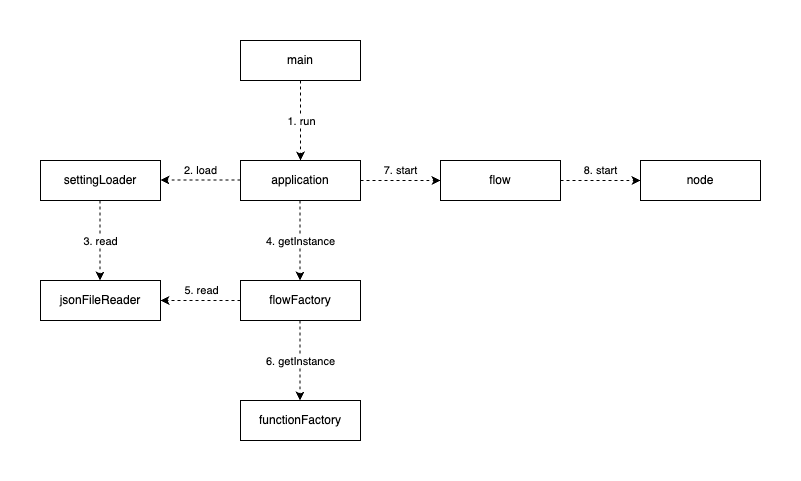
The draw.io diagram img/diagram.png in jeongyongs/iot-gateway, before a commit. Source tidied: cells renumbered, new cells last; positions are measured from the earlier drawing's top-left corner, leaving out a move shared by most shapes.
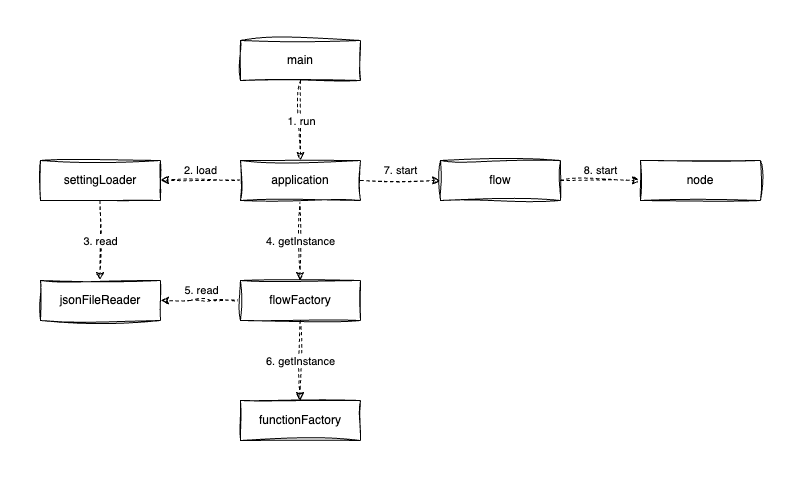
After the commit.

Commit message:
chore: 이미지 변경

Diff of the diagram source:
```diff
@@ -2,97 +2,97 @@
   <root>
     <mxCell id="0" />
     <mxCell id="1" parent="0" />
-    <mxCell id="2" style="edgeStyle=none;html=1;exitX=0.5;exitY=1;exitDx=0;exitDy=0;entryX=0.5;entryY=0;entryDx=0;entryDy=0;dashed=1;" parent="1" edge="1" source="4" target="9">
+    <mxCell id="2" style="edgeStyle=none;html=1;exitX=0.5;exitY=1;exitDx=0;exitDy=0;entryX=0.5;entryY=0;entryDx=0;entryDy=0;dashed=1;sketch=1;curveFitting=1;jiggle=2;" parent="1" edge="1" source="4" target="9">
       <mxGeometry relative="1" as="geometry" />
     </mxCell>
-    <mxCell id="3" value="1. run" style="edgeLabel;html=1;align=center;verticalAlign=middle;" parent="2" vertex="1">
+    <mxCell id="3" value="1. run" style="edgeLabel;html=1;align=center;verticalAlign=middle;sketch=1;curveFitting=1;jiggle=2;" parent="2" vertex="1">
       <mxGeometry y="-1" relative="1" as="geometry">
         <mxPoint x="1" as="offset" />
       </mxGeometry>
     </mxCell>
-    <mxCell id="4" value="main" style="rounded=0;whiteSpace=wrap;html=1;" parent="1" vertex="1">
+    <mxCell id="4" value="main" style="rounded=0;whiteSpace=wrap;html=1;sketch=1;curveFitting=1;jiggle=2;" parent="1" vertex="1">
       <mxGeometry x="240" y="40" width="120" height="40" as="geometry" />
     </mxCell>
-    <mxCell id="5" value="2. load" style="edgeStyle=none;html=1;exitX=0;exitY=0.25;exitDx=0;exitDy=0;entryX=1;entryY=0.25;entryDx=0;entryDy=0;dashed=1;" parent="1" edge="1">
+    <mxCell id="5" value="2. load" style="edgeStyle=none;html=1;exitX=0;exitY=0.25;exitDx=0;exitDy=0;entryX=1;entryY=0.25;entryDx=0;entryDy=0;dashed=1;sketch=1;curveFitting=1;jiggle=2;" parent="1" edge="1">
       <mxGeometry y="-10" relative="1" as="geometry">
         <mxPoint x="240" y="179.5" as="sourcePoint" />
         <mxPoint x="160" y="179.5" as="targetPoint" />
       </mxGeometry>
     </mxCell>
-    <mxCell id="6" style="edgeStyle=none;html=1;entryX=0.25;entryY=0;entryDx=0;entryDy=0;exitX=0.25;exitY=1;exitDx=0;exitDy=0;dashed=1;" parent="1" edge="1">
+    <mxCell id="6" style="edgeStyle=none;html=1;entryX=0.25;entryY=0;entryDx=0;entryDy=0;exitX=0.25;exitY=1;exitDx=0;exitDy=0;dashed=1;sketch=1;curveFitting=1;jiggle=2;" parent="1" edge="1">
       <mxGeometry relative="1" as="geometry">
         <mxPoint x="299.5" y="200" as="sourcePoint" />
         <mxPoint x="299.5" y="280" as="targetPoint" />
       </mxGeometry>
     </mxCell>
-    <mxCell id="7" value="4. getInstance" style="edgeLabel;html=1;align=center;verticalAlign=middle;" parent="6" vertex="1">
+    <mxCell id="7" value="4. getInstance" style="edgeLabel;html=1;align=center;verticalAlign=middle;sketch=1;curveFitting=1;jiggle=2;" parent="6" vertex="1">
       <mxGeometry x="-0.2" y="2" relative="1" as="geometry">
         <mxPoint x="-2" y="8" as="offset" />
       </mxGeometry>
     </mxCell>
-    <mxCell id="8" value="7. start" style="edgeStyle=none;html=1;entryX=0;entryY=0.5;entryDx=0;entryDy=0;exitX=1;exitY=0.5;exitDx=0;exitDy=0;dashed=1;" parent="1" edge="1" source="9" target="17">
+    <mxCell id="8" value="7. start" style="edgeStyle=none;html=1;entryX=0;entryY=0.5;entryDx=0;entryDy=0;exitX=1;exitY=0.5;exitDx=0;exitDy=0;dashed=1;sketch=1;curveFitting=1;jiggle=2;" parent="1" edge="1" source="9" target="17">
       <mxGeometry y="10" relative="1" as="geometry" />
     </mxCell>
-    <mxCell id="9" value="application" style="rounded=0;whiteSpace=wrap;html=1;" parent="1" vertex="1">
+    <mxCell id="9" value="application" style="rounded=0;whiteSpace=wrap;html=1;sketch=1;curveFitting=1;jiggle=2;" parent="1" vertex="1">
       <mxGeometry x="240" y="160" width="120" height="40" as="geometry" />
     </mxCell>
-    <mxCell id="10" style="edgeStyle=none;html=1;exitX=0.25;exitY=1;exitDx=0;exitDy=0;entryX=0.25;entryY=0;entryDx=0;entryDy=0;dashed=1;" parent="1" edge="1">
+    <mxCell id="10" style="edgeStyle=none;html=1;exitX=0.25;exitY=1;exitDx=0;exitDy=0;entryX=0.25;entryY=0;entryDx=0;entryDy=0;dashed=1;sketch=1;curveFitting=1;jiggle=2;" parent="1" edge="1">
       <mxGeometry relative="1" as="geometry">
         <mxPoint x="99.5" y="200" as="sourcePoint" />
         <mxPoint x="99.5" y="280" as="targetPoint" />
       </mxGeometry>
     </mxCell>
-    <mxCell id="11" value="3. read" style="edgeLabel;html=1;align=center;verticalAlign=middle;" parent="10" vertex="1">
+    <mxCell id="11" value="3. read" style="edgeLabel;html=1;align=center;verticalAlign=middle;sketch=1;curveFitting=1;jiggle=2;" parent="10" vertex="1">
       <mxGeometry relative="1" as="geometry" />
     </mxCell>
-    <mxCell id="12" value="settingLoader" style="rounded=0;whiteSpace=wrap;html=1;" parent="1" vertex="1">
+    <mxCell id="12" value="settingLoader" style="rounded=0;whiteSpace=wrap;html=1;sketch=1;curveFitting=1;jiggle=2;" parent="1" vertex="1">
       <mxGeometry x="40" y="160" width="120" height="40" as="geometry" />
     </mxCell>
-    <mxCell id="13" style="edgeStyle=none;html=1;dashed=1;" parent="1" edge="1" source="15" target="19">
+    <mxCell id="13" style="edgeStyle=none;html=1;dashed=1;sketch=1;curveFitting=1;jiggle=2;" parent="1" edge="1" source="15" target="19">
       <mxGeometry relative="1" as="geometry">
         <Array as="points">
           <mxPoint x="200" y="300" />
         </Array>
       </mxGeometry>
     </mxCell>
-    <mxCell id="14" value="5. read" style="edgeLabel;html=1;align=center;verticalAlign=middle;" parent="13" vertex="1">
+    <mxCell id="14" value="5. read" style="edgeLabel;html=1;align=center;verticalAlign=middle;sketch=1;curveFitting=1;jiggle=2;" parent="13" vertex="1">
       <mxGeometry x="-0.07" y="4" relative="1" as="geometry">
         <mxPoint x="-3" y="-15" as="offset" />
       </mxGeometry>
     </mxCell>
-    <mxCell id="15" value="flowFactory" style="rounded=0;whiteSpace=wrap;html=1;" parent="1" vertex="1">
+    <mxCell id="15" value="flowFactory" style="rounded=0;whiteSpace=wrap;html=1;sketch=1;curveFitting=1;jiggle=2;" parent="1" vertex="1">
       <mxGeometry x="240" y="280" width="120" height="40" as="geometry" />
     </mxCell>
-    <mxCell id="16" value="8. start" style="edgeStyle=none;html=1;exitX=1;exitY=0.5;exitDx=0;exitDy=0;entryX=0;entryY=0.5;entryDx=0;entryDy=0;dashed=1;" parent="1" edge="1" source="17" target="18">
+    <mxCell id="16" value="8. start" style="edgeStyle=none;html=1;exitX=1;exitY=0.5;exitDx=0;exitDy=0;entryX=0;entryY=0.5;entryDx=0;entryDy=0;dashed=1;sketch=1;curveFitting=1;jiggle=2;" parent="1" edge="1" source="17" target="18">
       <mxGeometry y="10" relative="1" as="geometry" />
     </mxCell>
-    <mxCell id="17" value="flow" style="rounded=0;whiteSpace=wrap;html=1;" parent="1" vertex="1">
+    <mxCell id="17" value="flow" style="rounded=0;whiteSpace=wrap;html=1;sketch=1;curveFitting=1;jiggle=2;" parent="1" vertex="1">
       <mxGeometry x="440" y="160" width="120" height="40" as="geometry" />
     </mxCell>
-    <mxCell id="18" value="node" style="rounded=0;whiteSpace=wrap;html=1;" parent="1" vertex="1">
+    <mxCell id="18" value="node" style="rounded=0;whiteSpace=wrap;html=1;sketch=1;curveFitting=1;jiggle=2;" parent="1" vertex="1">
       <mxGeometry x="640" y="160" width="120" height="40" as="geometry" />
     </mxCell>
-    <mxCell id="19" value="jsonFileReader" style="rounded=0;whiteSpace=wrap;html=1;" parent="1" vertex="1">
+    <mxCell id="19" value="jsonFileReader" style="rounded=0;whiteSpace=wrap;html=1;sketch=1;curveFitting=1;jiggle=2;" parent="1" vertex="1">
       <mxGeometry x="40" y="280" width="120" height="40" as="geometry" />
     </mxCell>
-    <mxCell id="20" value="functionFactory" style="rounded=0;whiteSpace=wrap;html=1;" parent="1" vertex="1">
+    <mxCell id="20" value="functionFactory" style="rounded=0;whiteSpace=wrap;html=1;sketch=1;curveFitting=1;jiggle=2;" parent="1" vertex="1">
       <mxGeometry x="240" y="400" width="120" height="40" as="geometry" />
     </mxCell>
-    <mxCell id="21" style="edgeStyle=none;html=1;entryX=0.25;entryY=0;entryDx=0;entryDy=0;exitX=0.25;exitY=1;exitDx=0;exitDy=0;dashed=1;" parent="1" edge="1">
+    <mxCell id="21" style="edgeStyle=none;html=1;entryX=0.25;entryY=0;entryDx=0;entryDy=0;exitX=0.25;exitY=1;exitDx=0;exitDy=0;dashed=1;sketch=1;curveFitting=1;jiggle=2;" parent="1" edge="1">
       <mxGeometry relative="1" as="geometry">
         <mxPoint x="299.5" y="320" as="sourcePoint" />
         <mxPoint x="299.5" y="400" as="targetPoint" />
       </mxGeometry>
     </mxCell>
-    <mxCell id="22" value="6. getInstance" style="edgeLabel;html=1;align=center;verticalAlign=middle;" parent="21" vertex="1">
+    <mxCell id="22" value="6. getInstance" style="edgeLabel;html=1;align=center;verticalAlign=middle;sketch=1;curveFitting=1;jiggle=2;" parent="21" vertex="1">
       <mxGeometry x="-0.2" y="2" relative="1" as="geometry">
         <mxPoint x="-2" y="8" as="offset" />
       </mxGeometry>
     </mxCell>
-    <mxCell id="23" style="rounded=0;whiteSpace=wrap;html=1;hachureGap=4;fontFamily=Architects Daughter;fontSource=https%3A%2F%2Ffonts.googleapis.com%2Fcss%3Ffamily%3DArchitects%2BDaughter;fontSize=20;strokeColor=none;fillColor=none;" parent="1" vertex="1">
+    <mxCell id="23" style="rounded=0;whiteSpace=wrap;html=1;hachureGap=4;fontFamily=Architects Daughter;fontSource=https%3A%2F%2Ffonts.googleapis.com%2Fcss%3Ffamily%3DArchitects%2BDaughter;fontSize=20;strokeColor=none;fillColor=none;sketch=1;curveFitting=1;jiggle=2;" parent="1" vertex="1">
       <mxGeometry width="120" height="60" as="geometry" />
     </mxCell>
-    <mxCell id="24" style="rounded=0;whiteSpace=wrap;html=1;hachureGap=4;fontFamily=Architects Daughter;fontSource=https%3A%2F%2Ffonts.googleapis.com%2Fcss%3Ffamily%3DArchitects%2BDaughter;fontSize=20;strokeColor=none;fillColor=none;" parent="1" vertex="1">
+    <mxCell id="24" style="rounded=0;whiteSpace=wrap;html=1;hachureGap=4;fontFamily=Architects Daughter;fontSource=https%3A%2F%2Ffonts.googleapis.com%2Fcss%3Ffamily%3DArchitects%2BDaughter;fontSize=20;strokeColor=none;fillColor=none;sketch=1;curveFitting=1;jiggle=2;" parent="1" vertex="1">
       <mxGeometry x="680" y="420" width="120" height="60" as="geometry" />
     </mxCell>
   </root>
```
